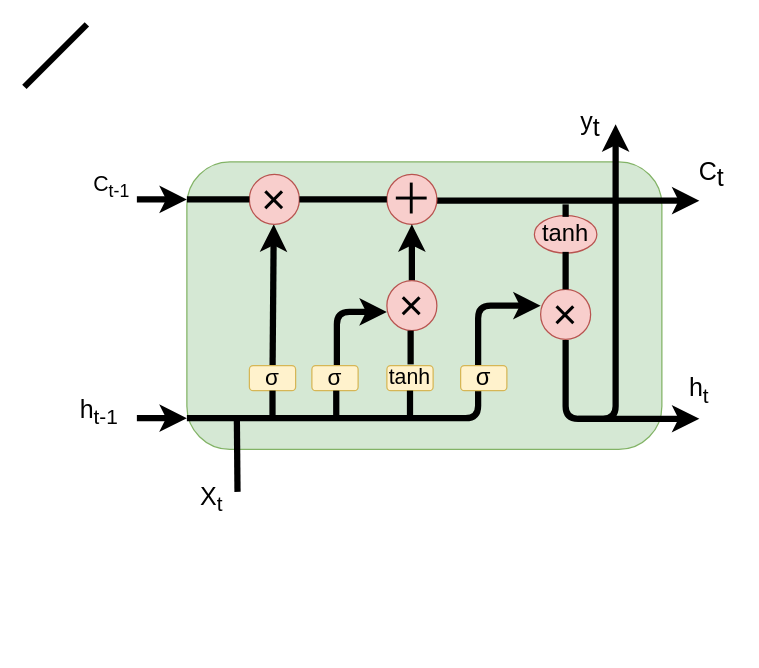
The draw.io diagram LSTMandGRU.drawio in ByronGe/ff, before the edit. Source tidied: cells renumbered, new cells numbered last; positions are measured from the earlier drawing's top-left corner, leaving out a move shared by most shapes. Both pictures are drawn from the tidied source at 125%, with x=0, y=0 at pixel (24, 24).
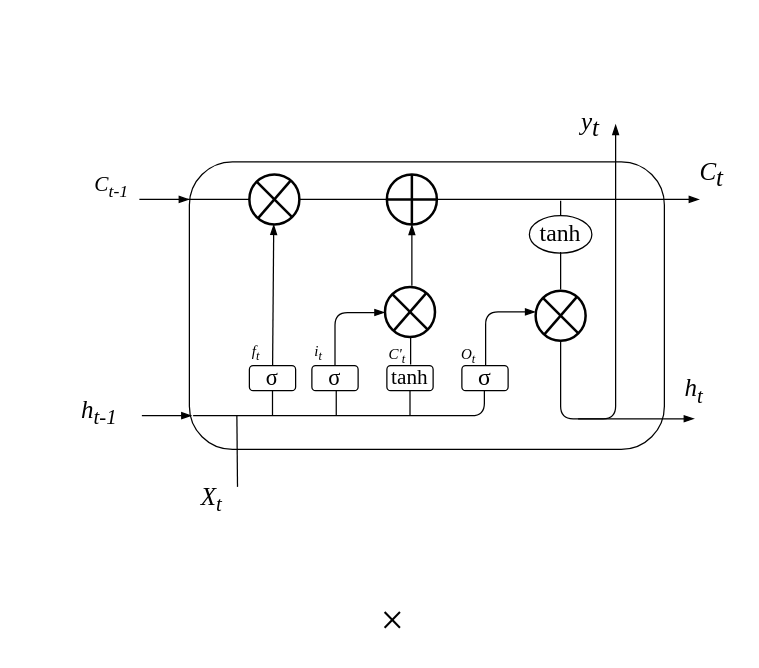
Above is the later version.

The edit, as a diff of the source:
```diff
@@
-    <mxCell id="2" style="rounded=1;whiteSpace=wrap;html=1;fillColor=#d5e8d4;strokeColor=#82b366;" parent="1" vertex="1">
-      <mxGeometry x="130" y="110" width="380" height="230" as="geometry" />
+    <mxCell id="2" style="rounded=1;whiteSpace=wrap;html=1;fillColor=none;strokeColor=#000000;strokeWidth=1;fontFamily=Times New Roman;fontStyle=2;" parent="1" vertex="1">
+      <mxGeometry x="132" y="110" width="380" height="230" as="geometry" />
     </mxCell>
-    <mxCell id="3" style="endArrow=classic;html=1;strokeWidth=5;" parent="1" edge="1">
+    <mxCell id="3" style="endArrow=blockThin;html=1;strokeWidth=1;endFill=1;fontFamily=Times New Roman;fontStyle=2;" parent="1" edge="1">
       <mxGeometry relative="1" as="geometry">
-        <mxPoint x="90" y="315" as="sourcePoint" />
-        <mxPoint x="130" y="315" as="targetPoint" />
+        <mxPoint x="94" y="313" as="sourcePoint" />
+        <mxPoint x="134" y="313" as="targetPoint" />
       </mxGeometry>
     </mxCell>
-    <mxCell id="4" style="endArrow=classic;html=1;strokeWidth=5;" parent="1" edge="1" target="2">
-      <mxGeometry relative="1" as="geometry">
-        <mxPoint x="130" y="310" as="sourcePoint" />
-      </mxGeometry>
-    </mxCell>
-    <mxCell id="5" style="edgeStyle=elbowEdgeStyle;elbow=horizontal;endArrow=classic;html=1;strokeWidth=5;" parent="1" edge="1">
-      <mxGeometry relative="1" as="geometry">
-        <mxPoint x="130" y="315" as="sourcePoint" />
-        <mxPoint x="413" y="225" as="targetPoint" />
-        <Array as="points">
-          <mxPoint x="363" y="270" />
-        </Array>
-      </mxGeometry>
-    </mxCell>
-    <mxCell id="6" style="endArrow=classic;html=1;strokeWidth=5;" parent="1" edge="1">
+    <mxCell id="6" style="endArrow=blockThin;html=1;strokeWidth=1;endFill=1;fontFamily=Times New Roman;fontStyle=2;" parent="1" edge="1">
       <mxGeometry relative="1" as="geometry">
-        <mxPoint x="330" y="141" as="sourcePoint" />
-        <mxPoint x="540" y="141" as="targetPoint" />
+        <mxPoint x="330" y="140" as="sourcePoint" />
+        <mxPoint x="540" y="140" as="targetPoint" />
       </mxGeometry>
     </mxCell>
-    <mxCell id="7" style="edgeStyle=segmentEdgeStyle;endArrow=classic;html=1;strokeWidth=5;" parent="1" edge="1" source="18">
+    <mxCell id="7" style="edgeStyle=segmentEdgeStyle;endArrow=blockThin;html=1;strokeWidth=1;endFill=1;fontFamily=Times New Roman;fontStyle=2;" parent="1" edge="1">
       <mxGeometry relative="1" as="geometry">
-        <mxPoint x="290" y="230" as="targetPoint" />
+        <mxPoint x="369" y="273" as="sourcePoint" />
+        <mxPoint x="409" y="230" as="targetPoint" />
         <Array as="points">
-          <mxPoint x="250" y="230" />
+          <mxPoint x="369" y="230" />
         </Array>
       </mxGeometry>
     </mxCell>
-    <mxCell id="8" style="edgeStyle=segmentEdgeStyle;endArrow=classic;html=1;strokeWidth=5;" parent="1" edge="1">
+    <mxCell id="8" style="edgeStyle=segmentEdgeStyle;endArrow=blockThin;html=1;strokeWidth=1;endFill=1;fontFamily=Times New Roman;fontStyle=2;" parent="1" edge="1">
       <mxGeometry relative="1" as="geometry">
-        <mxPoint x="433" y="252.5" as="sourcePoint" />
-        <mxPoint x="540" y="315.5" as="targetPoint" />
+        <mxPoint x="429" y="252.5" as="sourcePoint" />
+        <mxPoint x="536" y="315.5" as="targetPoint" />
         <Array as="points">
-          <mxPoint x="433" y="315.5" />
+          <mxPoint x="429" y="315.5" />
         </Array>
       </mxGeometry>
     </mxCell>
-    <mxCell id="9" style="edgeStyle=segmentEdgeStyle;endArrow=classic;html=1;strokeWidth=5;" parent="1" edge="1">
+    <mxCell id="9" style="edgeStyle=segmentEdgeStyle;endArrow=blockThin;html=1;strokeWidth=1;endFill=1;fontFamily=Times New Roman;fontStyle=2;" parent="1" edge="1">
       <mxGeometry relative="1" as="geometry">
         <mxPoint x="443" y="315.5" as="sourcePoint" />
         <mxPoint x="473" y="80" as="targetPoint" />
         <Array as="points">
           <mxPoint x="473" y="315.5" />
         </Array>
       </mxGeometry>
     </mxCell>
-    <mxCell id="10" style="endArrow=classic;html=1;strokeWidth=5;" parent="1" edge="1" source="17">
+    <mxCell id="10" style="endArrow=blockThin;html=1;strokeWidth=1;endFill=1;fontFamily=Times New Roman;fontStyle=2;" parent="1" edge="1" source="17">
       <mxGeometry relative="1" as="geometry">
         <mxPoint x="199.5" y="160" as="targetPoint" />
       </mxGeometry>
     </mxCell>
-    <mxCell id="11" value="&lt;font style=&quot;font-size: 34px&quot;&gt;×&lt;/font&gt;" style="ellipse;whiteSpace=wrap;html=1;fillColor=#f8cecc;strokeColor=#b85450;" parent="1" vertex="1">
+    <mxCell id="11" style="ellipse;whiteSpace=wrap;html=1;fillColor=none;strokeColor=#000000;strokeWidth=2;fontFamily=Times New Roman;fontStyle=2;" parent="1" vertex="1">
       <mxGeometry x="180" y="120" width="40" height="40" as="geometry" />
     </mxCell>
-    <mxCell id="12" value="&lt;font style=&quot;font-size: 34px&quot;&gt;＋&lt;/font&gt;" style="ellipse;whiteSpace=wrap;html=1;fillColor=#f8cecc;strokeColor=#b85450;" parent="1" vertex="1">
+    <mxCell id="12" style="ellipse;whiteSpace=wrap;html=1;fillColor=none;strokeColor=#000000;strokeWidth=2;fontFamily=Times New Roman;fontStyle=2;" parent="1" vertex="1">
       <mxGeometry x="290" y="120" width="40" height="40" as="geometry" />
     </mxCell>
-    <mxCell id="13" style="edgeStyle=orthogonalEdgeStyle;rounded=0;jettySize=auto;html=1;strokeColor=#000000;strokeWidth=5;" parent="1" edge="1" source="14">
+    <mxCell id="13" style="edgeStyle=orthogonalEdgeStyle;rounded=0;orthogonalLoop=1;jettySize=auto;html=1;strokeColor=#000000;strokeWidth=1;endArrow=blockThin;endFill=1;fontFamily=Times New Roman;fontStyle=2;" parent="1" edge="1">
       <mxGeometry relative="1" as="geometry">
+        <mxPoint x="310" y="209" as="sourcePoint" />
         <mxPoint x="310" y="160" as="targetPoint" />
       </mxGeometry>
     </mxCell>
-    <mxCell id="14" value="&lt;font style=&quot;font-size: 34px&quot;&gt;×&lt;/font&gt;" style="ellipse;whiteSpace=wrap;html=1;fillColor=#f8cecc;strokeColor=#b85450;" parent="1" vertex="1">
-      <mxGeometry x="290" y="205" width="40" height="40" as="geometry" />
-    </mxCell>
-    <mxCell id="15" value="&lt;font style=&quot;font-size: 34px&quot;&gt;×&lt;/font&gt;" style="ellipse;whiteSpace=wrap;html=1;fillColor=#f8cecc;strokeColor=#b85450;" parent="1" vertex="1">
-      <mxGeometry x="413" y="212" width="40" height="40" as="geometry" />
-    </mxCell>
-    <mxCell id="16" value="&lt;font style=&quot;font-size: 19px&quot;&gt;tanh&lt;/font&gt;" style="ellipse;whiteSpace=wrap;html=1;fillColor=#f8cecc;strokeColor=#b85450;" parent="1" vertex="1">
-      <mxGeometry x="408" y="153" width="50" height="30" as="geometry" />
+    <mxCell id="16" value="&lt;font style=&quot;font-size: 19px ; font-style: normal&quot;&gt;tanh&lt;/font&gt;" style="ellipse;whiteSpace=wrap;html=1;fillColor=none;strokeColor=#000000;fontFamily=Times New Roman;fontStyle=2;" parent="1" vertex="1">
+      <mxGeometry x="404" y="153" width="50" height="30" as="geometry" />
     </mxCell>
-    <mxCell id="17" value="&lt;font style=&quot;font-size: 18px&quot;&gt;σ&lt;/font&gt;" style="rounded=1;whiteSpace=wrap;html=1;fillColor=#fff2cc;strokeColor=#d6b656;" parent="1" vertex="1">
+    <mxCell id="17" value="&lt;font style=&quot;font-size: 18px ; font-style: normal&quot;&gt;σ&lt;/font&gt;" style="rounded=1;whiteSpace=wrap;html=1;fillColor=none;strokeColor=#000000;fontFamily=Times New Roman;fontStyle=2;" parent="1" vertex="1">
       <mxGeometry x="180" y="273" width="37" height="20" as="geometry" />
     </mxCell>
-    <mxCell id="18" value="&lt;font style=&quot;font-size: 18px&quot;&gt;σ&lt;/font&gt;" style="rounded=1;whiteSpace=wrap;html=1;fillColor=#fff2cc;strokeColor=#d6b656;" parent="1" vertex="1">
+    <mxCell id="18" value="&lt;font style=&quot;font-size: 18px ; font-style: normal&quot;&gt;σ&lt;/font&gt;" style="rounded=1;whiteSpace=wrap;html=1;fillColor=none;strokeColor=#000000;fontFamily=Times New Roman;fontStyle=2;" parent="1" vertex="1">
       <mxGeometry x="230" y="273" width="37" height="20" as="geometry" />
     </mxCell>
-    <mxCell id="19" value="&lt;font style=&quot;font-size: 17px&quot;&gt;tanh&lt;/font&gt;" style="rounded=1;whiteSpace=wrap;html=1;fillColor=#fff2cc;strokeColor=#d6b656;" parent="1" vertex="1">
+    <mxCell id="19" value="&lt;font style=&quot;font-size: 17px ; font-style: normal&quot;&gt;tanh&lt;/font&gt;" style="rounded=1;whiteSpace=wrap;html=1;fillColor=none;strokeColor=#000000;fontFamily=Times New Roman;fontStyle=2;" parent="1" vertex="1">
       <mxGeometry x="290" y="273" width="37" height="20" as="geometry" />
     </mxCell>
-    <mxCell id="20" value="&lt;font style=&quot;font-size: 19px&quot;&gt;σ&lt;/font&gt;" style="rounded=1;whiteSpace=wrap;html=1;fillColor=#fff2cc;strokeColor=#d6b656;" parent="1" vertex="1">
-      <mxGeometry x="349" y="273" width="37" height="20" as="geometry" />
+    <mxCell id="20" value="&lt;font style=&quot;font-size: 19px ; font-style: normal&quot;&gt;σ&lt;/font&gt;" style="rounded=1;whiteSpace=wrap;html=1;fillColor=none;strokeColor=#000000;fontFamily=Times New Roman;fontStyle=2;" parent="1" vertex="1">
+      <mxGeometry x="350" y="273" width="37" height="20" as="geometry" />
     </mxCell>
-    <mxCell id="21" style="endArrow=none;html=1;strokeColor=#000000;strokeWidth=5;" parent="1" edge="1">
+    <mxCell id="21" style="endArrow=none;html=1;strokeColor=#000000;strokeWidth=1;fontFamily=Times New Roman;fontStyle=2;" parent="1" edge="1">
       <mxGeometry relative="1" as="geometry">
         <mxPoint x="198.5" y="313" as="sourcePoint" />
         <mxPoint x="198.5" y="293" as="targetPoint" />
       </mxGeometry>
     </mxCell>
-    <mxCell id="22" style="endArrow=none;html=1;strokeColor=#000000;strokeWidth=5;" parent="1" edge="1">
-      <mxGeometry relative="1" as="geometry">
-        <mxPoint y="50" as="sourcePoint" />
-        <mxPoint x="50" as="targetPoint" />
-      </mxGeometry>
-    </mxCell>
-    <mxCell id="23" style="endArrow=none;html=1;strokeColor=#000000;strokeWidth=5;" parent="1" edge="1">
+    <mxCell id="23" style="endArrow=none;html=1;strokeColor=#000000;strokeWidth=1;fontFamily=Times New Roman;fontStyle=2;" parent="1" edge="1">
       <mxGeometry relative="1" as="geometry">
-        <mxPoint x="170.5" y="374" as="sourcePoint" />
-        <mxPoint x="170" y="317" as="targetPoint" />
+        <mxPoint x="170.5" y="370" as="sourcePoint" />
+        <mxPoint x="170" y="313" as="targetPoint" />
       </mxGeometry>
     </mxCell>
-    <mxCell id="24" style="endArrow=none;html=1;strokeColor=#000000;strokeWidth=5;" parent="1" edge="1">
+    <mxCell id="24" style="endArrow=none;html=1;strokeColor=#000000;strokeWidth=1;fontFamily=Times New Roman;fontStyle=2;" parent="1" edge="1">
       <mxGeometry relative="1" as="geometry">
         <mxPoint x="249.5" y="313" as="sourcePoint" />
         <mxPoint x="249.5" y="293" as="targetPoint" />
       </mxGeometry>
     </mxCell>
-    <mxCell id="25" style="endArrow=none;html=1;strokeColor=#000000;strokeWidth=5;" parent="1" edge="1">
+    <mxCell id="25" style="endArrow=none;html=1;strokeColor=#000000;strokeWidth=1;fontFamily=Times New Roman;fontStyle=2;" parent="1" edge="1">
       <mxGeometry relative="1" as="geometry">
         <mxPoint x="308.5" y="313" as="sourcePoint" />
         <mxPoint x="308.5" y="293" as="targetPoint" />
       </mxGeometry>
     </mxCell>
-    <mxCell id="26" style="endArrow=none;html=1;strokeColor=#000000;strokeWidth=5;" parent="1" edge="1">
+    <mxCell id="26" style="endArrow=none;html=1;strokeColor=#000000;strokeWidth=1;fontFamily=Times New Roman;fontStyle=2;" parent="1" edge="1">
       <mxGeometry relative="1" as="geometry">
         <mxPoint x="220" y="140" as="sourcePoint" />
         <mxPoint x="290" y="140" as="targetPoint" />
       </mxGeometry>
     </mxCell>
-    <mxCell id="27" style="endArrow=none;html=1;strokeColor=#000000;strokeWidth=5;" parent="1" edge="1">
+    <mxCell id="27" style="endArrow=none;html=1;strokeColor=#000000;strokeWidth=1;fontFamily=Times New Roman;fontStyle=2;" parent="1" edge="1">
       <mxGeometry relative="1" as="geometry">
         <mxPoint x="130" y="140" as="sourcePoint" />
         <mxPoint x="180" y="140" as="targetPoint" />
       </mxGeometry>
     </mxCell>
-    <mxCell id="28" style="endArrow=none;html=1;strokeColor=#000000;strokeWidth=5;" parent="1" edge="1">
+    <mxCell id="28" style="endArrow=none;html=1;strokeColor=#000000;strokeWidth=1;fontFamily=Times New Roman;fontStyle=2;" parent="1" edge="1">
       <mxGeometry relative="1" as="geometry">
-        <mxPoint x="433" y="154" as="sourcePoint" />
-        <mxPoint x="433" y="144" as="targetPoint" />
+        <mxPoint x="429" y="153" as="sourcePoint" />
+        <mxPoint x="429" y="141" as="targetPoint" />
       </mxGeometry>
     </mxCell>
-    <mxCell id="29" style="endArrow=classic;html=1;strokeWidth=5;" parent="1" edge="1">
+    <mxCell id="29" style="endArrow=blockThin;html=1;strokeWidth=1;endFill=1;fontFamily=Times New Roman;fontStyle=2;" parent="1" edge="1">
       <mxGeometry relative="1" as="geometry">
-        <mxPoint x="90" y="140" as="sourcePoint" />
-        <mxPoint x="130" y="140" as="targetPoint" />
+        <mxPoint x="92" y="140" as="sourcePoint" />
+        <mxPoint x="132" y="140" as="targetPoint" />
       </mxGeometry>
     </mxCell>
-    <mxCell id="30" style="endArrow=none;html=1;strokeColor=#000000;strokeWidth=5;" parent="1" edge="1">
+    <mxCell id="30" style="endArrow=none;html=1;strokeColor=#000000;strokeWidth=1;fontFamily=Times New Roman;fontStyle=2;" parent="1" edge="1">
       <mxGeometry relative="1" as="geometry">
-        <mxPoint x="433" y="212" as="sourcePoint" />
-        <mxPoint x="433" y="182" as="targetPoint" />
+        <mxPoint x="429" y="212" as="sourcePoint" />
+        <mxPoint x="429" y="182" as="targetPoint" />
       </mxGeometry>
     </mxCell>
-    <mxCell id="31" style="endArrow=none;html=1;strokeColor=#000000;strokeWidth=5;" parent="1" edge="1">
+    <mxCell id="31" style="endArrow=none;html=1;strokeColor=#000000;strokeWidth=1;fontFamily=Times New Roman;fontStyle=2;" parent="1" edge="1">
       <mxGeometry relative="1" as="geometry">
         <mxPoint x="309" y="272" as="sourcePoint" />
-        <mxPoint x="309" y="245" as="targetPoint" />
+        <mxPoint x="309" y="250" as="targetPoint" />
       </mxGeometry>
     </mxCell>
-    <mxCell id="32" value="&lt;font style=&quot;font-size: 20px&quot;&gt;X&lt;sub&gt;t&lt;/sub&gt;&lt;/font&gt;" style="text;html=1;strokeColor=none;fillColor=none;align=center;verticalAlign=middle;whiteSpace=wrap;rounded=0;" parent="1" vertex="1">
+    <mxCell id="32" value="&lt;font style=&quot;font-size: 20px&quot;&gt;X&lt;sub&gt;t&lt;/sub&gt;&lt;/font&gt;" style="text;html=1;strokeColor=none;fillColor=none;align=center;verticalAlign=middle;whiteSpace=wrap;rounded=0;fontFamily=Times New Roman;fontStyle=2;" parent="1" vertex="1">
       <mxGeometry x="130" y="370" width="40" height="20" as="geometry" />
     </mxCell>
-    <mxCell id="33" value="&lt;font style=&quot;font-size: 17px&quot;&gt;C&lt;sub&gt;t-1&lt;/sub&gt;&lt;/font&gt;" style="text;html=1;strokeColor=none;fillColor=none;align=center;verticalAlign=middle;whiteSpace=wrap;rounded=0;" parent="1" vertex="1">
+    <mxCell id="33" value="&lt;font style=&quot;font-size: 17px&quot;&gt;C&lt;sub&gt;t-1&lt;/sub&gt;&lt;/font&gt;" style="text;html=1;strokeColor=none;fillColor=none;align=center;verticalAlign=middle;whiteSpace=wrap;rounded=0;fontFamily=Times New Roman;fontStyle=2;" parent="1" vertex="1">
       <mxGeometry x="50" y="120" width="40" height="20" as="geometry" />
     </mxCell>
-    <mxCell id="34" value="&lt;font style=&quot;font-size: 20px&quot;&gt;h&lt;sub&gt;t-1&lt;/sub&gt;&lt;/font&gt;" style="text;html=1;strokeColor=none;fillColor=none;align=center;verticalAlign=middle;whiteSpace=wrap;rounded=0;" parent="1" vertex="1">
+    <mxCell id="34" value="&lt;font style=&quot;font-size: 20px&quot;&gt;h&lt;sub&gt;t-1&lt;/sub&gt;&lt;/font&gt;" style="text;html=1;strokeColor=none;fillColor=none;align=center;verticalAlign=middle;whiteSpace=wrap;rounded=0;fontFamily=Times New Roman;fontStyle=2;" parent="1" vertex="1">
       <mxGeometry x="40" y="300" width="40" height="20" as="geometry" />
     </mxCell>
-    <mxCell id="35" value="C&lt;sub style=&quot;font-size: 20px;&quot;&gt;t&lt;/sub&gt;" style="text;html=1;strokeColor=none;fillColor=none;align=center;verticalAlign=middle;whiteSpace=wrap;rounded=0;fontSize=20;" parent="1" vertex="1">
+    <mxCell id="35" value="C&lt;sub style=&quot;font-size: 20px;&quot;&gt;t&lt;/sub&gt;" style="text;html=1;strokeColor=none;fillColor=none;align=center;verticalAlign=middle;whiteSpace=wrap;rounded=0;fontSize=20;fontFamily=Times New Roman;fontStyle=2;" parent="1" vertex="1">
       <mxGeometry x="530" y="110" width="40" height="20" as="geometry" />
     </mxCell>
-    <mxCell id="36" value="&lt;span style=&quot;font-size: 20px&quot;&gt;h&lt;sub&gt;t&lt;/sub&gt;&lt;/span&gt;" style="text;html=1;strokeColor=none;fillColor=none;align=center;verticalAlign=middle;whiteSpace=wrap;rounded=0;fontSize=20;" parent="1" vertex="1">
-      <mxGeometry x="520" y="283" width="40" height="20" as="geometry" />
+    <mxCell id="36" value="&lt;span style=&quot;font-size: 20px&quot;&gt;h&lt;sub&gt;t&lt;/sub&gt;&lt;/span&gt;" style="text;html=1;strokeColor=none;fillColor=none;align=center;verticalAlign=middle;whiteSpace=wrap;rounded=0;fontSize=20;fontFamily=Times New Roman;fontStyle=2;" parent="1" vertex="1">
+      <mxGeometry x="516" y="283" width="40" height="20" as="geometry" />
     </mxCell>
-    <mxCell id="37" value="&lt;span style=&quot;font-size: 20px&quot;&gt;y&lt;/span&gt;&lt;sub style=&quot;font-size: 20px&quot;&gt;t&lt;/sub&gt;" style="text;html=1;strokeColor=none;fillColor=none;align=center;verticalAlign=middle;whiteSpace=wrap;rounded=0;fontSize=20;" parent="1" vertex="1">
+    <mxCell id="37" value="&lt;span style=&quot;font-size: 20px&quot;&gt;y&lt;/span&gt;&lt;sub style=&quot;font-size: 20px&quot;&gt;t&lt;/sub&gt;" style="text;html=1;strokeColor=none;fillColor=none;align=center;verticalAlign=middle;whiteSpace=wrap;rounded=0;fontSize=20;fontFamily=Times New Roman;fontStyle=2;" parent="1" vertex="1">
       <mxGeometry x="433" y="70" width="40" height="20" as="geometry" />
     </mxCell>
+    <mxCell id="38" style="edgeStyle=elbowEdgeStyle;elbow=horizontal;endArrow=none;html=1;strokeWidth=1;endFill=0;fontFamily=Times New Roman;fontStyle=2;" parent="1" edge="1">
+      <mxGeometry relative="1" as="geometry">
+        <mxPoint x="135" y="313" as="sourcePoint" />
+        <mxPoint x="368" y="293" as="targetPoint" />
+        <Array as="points">
+          <mxPoint x="368" y="268" />
+        </Array>
+      </mxGeometry>
+    </mxCell>
+    <mxCell id="39" style="edgeStyle=segmentEdgeStyle;endArrow=blockThin;html=1;strokeWidth=1;endFill=1;fontFamily=Times New Roman;fontStyle=2;" parent="1" edge="1">
+      <mxGeometry relative="1" as="geometry">
+        <mxPoint x="248.5" y="273" as="sourcePoint" />
+        <mxPoint x="288.5" y="230.5" as="targetPoint" />
+        <Array as="points">
+          <mxPoint x="248.5" y="231" />
+        </Array>
+      </mxGeometry>
+    </mxCell>
+    <mxCell id="40" value="&lt;font style=&quot;font-size: 33px&quot;&gt;×&lt;/font&gt;" style="text;html=1;align=center;verticalAlign=middle;fontFamily=Times New Roman;fontStyle=2;" parent="1" vertex="1">
+      <mxGeometry x="274" y="462" width="40" height="30" as="geometry" />
+    </mxCell>
+    <mxCell id="41" style="endArrow=none;html=1;strokeWidth=2;fontFamily=Times New Roman;fontStyle=2;" parent="1" edge="1">
+      <mxGeometry relative="1" as="geometry">
+        <mxPoint x="187" y="155" as="sourcePoint" />
+        <mxPoint x="213" y="125" as="targetPoint" />
+      </mxGeometry>
+    </mxCell>
+    <mxCell id="42" style="endArrow=none;html=1;strokeWidth=2;fontFamily=Times New Roman;fontStyle=2;" parent="1" edge="1">
+      <mxGeometry relative="1" as="geometry">
+        <mxPoint x="310" y="120" as="sourcePoint" />
+        <mxPoint x="310" y="160" as="targetPoint" />
+      </mxGeometry>
+    </mxCell>
+    <mxCell id="43" style="endArrow=none;html=1;strokeWidth=2;entryX=1;entryY=0.5;entryDx=0;entryDy=0;fontFamily=Times New Roman;fontStyle=2;" parent="1" edge="1">
+      <mxGeometry relative="1" as="geometry">
+        <mxPoint x="290" y="140" as="sourcePoint" />
+        <mxPoint x="330" y="140" as="targetPoint" />
+      </mxGeometry>
+    </mxCell>
+    <mxCell id="44" style="endArrow=none;html=1;strokeWidth=2;fontFamily=Times New Roman;fontStyle=2;" parent="1" edge="1">
+      <mxGeometry relative="1" as="geometry">
+        <mxPoint x="214" y="154" as="sourcePoint" />
+        <mxPoint x="186" y="126" as="targetPoint" />
+      </mxGeometry>
+    </mxCell>
+    <mxCell id="45" style="ellipse;whiteSpace=wrap;html=1;fillColor=none;strokeColor=#000000;strokeWidth=2;fontFamily=Times New Roman;fontStyle=2;" parent="1" vertex="1">
+      <mxGeometry x="288.5" y="210" width="40" height="40" as="geometry" />
+    </mxCell>
+    <mxCell id="46" style="endArrow=none;html=1;strokeWidth=2;fontFamily=Times New Roman;fontStyle=2;" parent="1" edge="1">
+      <mxGeometry relative="1" as="geometry">
+        <mxPoint x="295.5" y="245" as="sourcePoint" />
+        <mxPoint x="321.5" y="215" as="targetPoint" />
+      </mxGeometry>
+    </mxCell>
+    <mxCell id="47" style="endArrow=none;html=1;strokeWidth=2;fontFamily=Times New Roman;fontStyle=2;" parent="1" edge="1">
+      <mxGeometry relative="1" as="geometry">
+        <mxPoint x="322.5" y="244" as="sourcePoint" />
+        <mxPoint x="294.5" y="216" as="targetPoint" />
+      </mxGeometry>
+    </mxCell>
+    <mxCell id="48" style="ellipse;whiteSpace=wrap;html=1;fillColor=none;strokeColor=#000000;strokeWidth=2;fontFamily=Times New Roman;fontStyle=2;" parent="1" vertex="1">
+      <mxGeometry x="409" y="213" width="40" height="40" as="geometry" />
+    </mxCell>
+    <mxCell id="49" style="endArrow=none;html=1;strokeWidth=2;fontFamily=Times New Roman;fontStyle=2;" parent="1" edge="1">
+      <mxGeometry relative="1" as="geometry">
+        <mxPoint x="416" y="248" as="sourcePoint" />
+        <mxPoint x="442" y="218" as="targetPoint" />
+      </mxGeometry>
+    </mxCell>
+    <mxCell id="50" style="endArrow=none;html=1;strokeWidth=2;fontFamily=Times New Roman;fontStyle=2;" parent="1" edge="1">
+      <mxGeometry relative="1" as="geometry">
+        <mxPoint x="443" y="247" as="sourcePoint" />
+        <mxPoint x="415" y="219" as="targetPoint" />
+      </mxGeometry>
+    </mxCell>
+    <mxCell id="51" value="&lt;font&gt;&lt;span&gt;f&lt;sub&gt;t&lt;/sub&gt;&lt;/span&gt;&lt;/font&gt;" style="text;html=1;align=center;verticalAlign=middle;fontFamily=Times New Roman;fontStyle=2;" parent="1" vertex="1">
+      <mxGeometry x="170" y="253" width="30" height="20" as="geometry" />
+    </mxCell>
+    <mxCell id="52" value="&lt;font&gt;&lt;span&gt;i&lt;sub&gt;t&lt;/sub&gt;&lt;/span&gt;&lt;/font&gt;" style="text;html=1;align=center;verticalAlign=middle;fontFamily=Times New Roman;fontStyle=2;" parent="1" vertex="1">
+      <mxGeometry x="220" y="253" width="30" height="20" as="geometry" />
+    </mxCell>
+    <mxCell id="53" value="&lt;font&gt;&lt;span&gt;C'&lt;sub&gt;t&lt;/sub&gt;&lt;/span&gt;&lt;/font&gt;" style="text;html=1;align=center;verticalAlign=middle;fontFamily=Times New Roman;fontStyle=2;" parent="1" vertex="1">
+      <mxGeometry x="278" y="255" width="40" height="20" as="geometry" />
+    </mxCell>
+    <mxCell id="54" value="&lt;span&gt;&lt;font&gt;O&lt;sub&gt;t&lt;/sub&gt;&lt;/font&gt;&lt;/span&gt;" style="text;html=1;align=center;verticalAlign=middle;fontFamily=Times New Roman;fontStyle=2;" parent="1" vertex="1">
+      <mxGeometry x="340" y="255" width="30" height="20" as="geometry" />
+    </mxCell>
```
